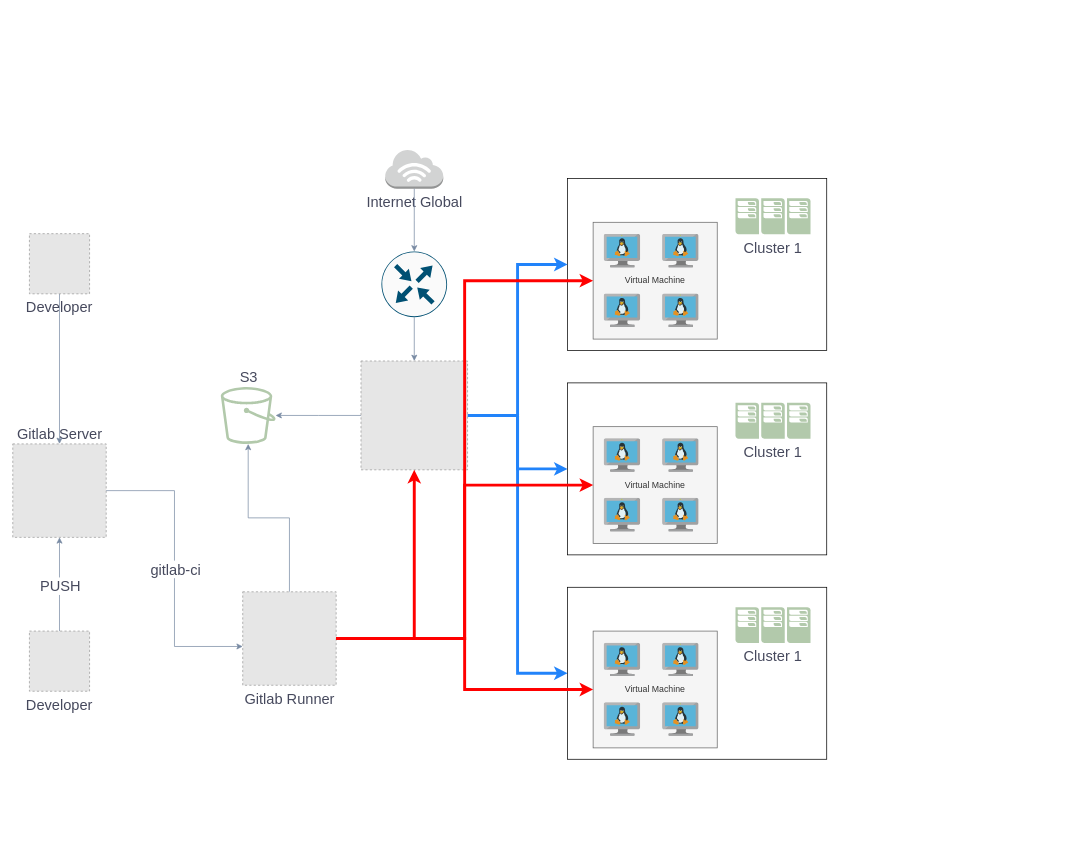
Above: nexus.drawio in sasha047/blacklist (draw.io), before the change. Source tidied: cells renumbered, new cells numbered last; positions are measured from the earlier drawing's top-left corner, leaving out a move shared by most shapes. Both pictures are drawn from the tidied source at 73%, with x=0, y=0 at pixel (12, 149). Pictures stored in the file or linked from it are replaced by grey dashed boxes.
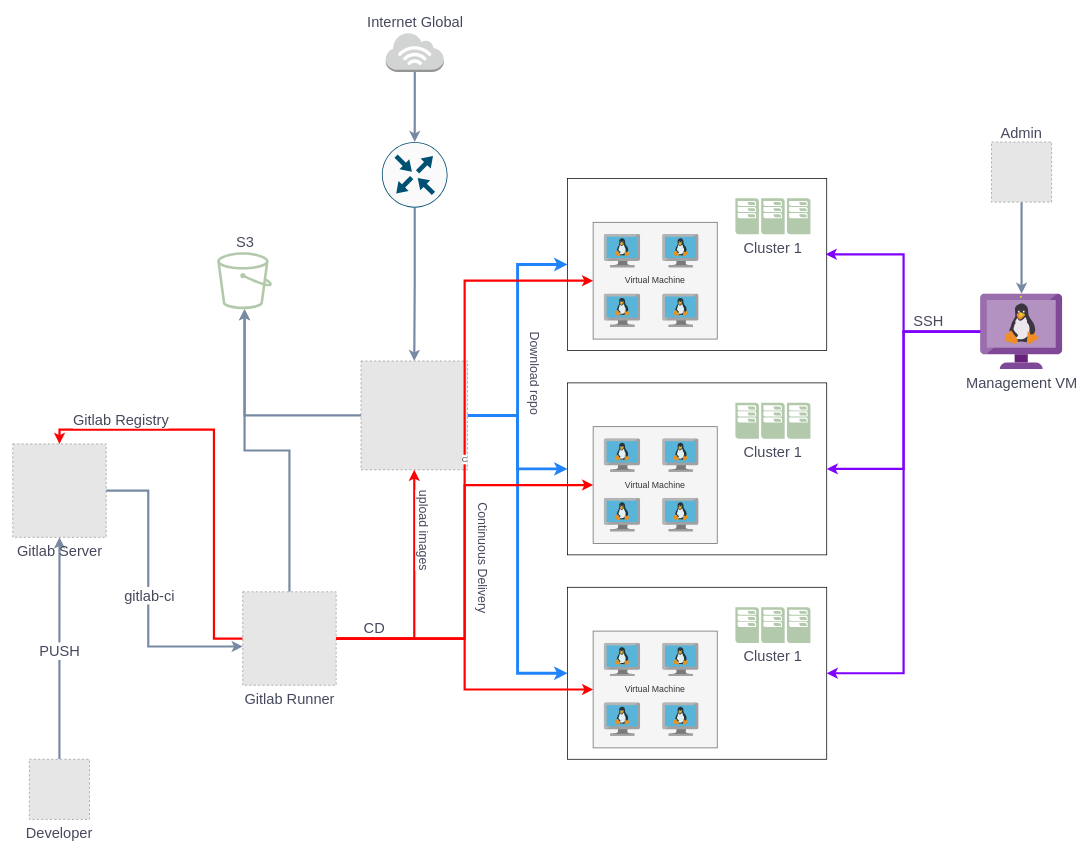
After the change.

The change refers to these unchanged cells:
```xml
<mxCell id="2" style="rounded=0;whiteSpace=wrap;html=1;" parent="1" vertex="1">
  <mxGeometry x="760" y="40" width="355" height="235.6" as="geometry" />
</mxCell>
<mxCell id="10" style="edgeStyle=orthogonalEdgeStyle;rounded=0;jettySize=auto;html=1;entryX=0;entryY=0.5;entryDx=0;entryDy=0;strokeColor=#2183fa;fontColor=#46495D;fillColor=#B2C9AB;strokeWidth=4;" parent="1" edge="1" source="13" target="2">
  <mxGeometry relative="1" as="geometry" />
</mxCell>
<mxCell id="13" style="fillColor=#E6E6E6;strokeColor=#999999;dashed=1;verticalLabelPosition=bottom;verticalAlign=top;labelBackgroundColor=none;fontColor=#46495D;" parent="1" vertex="1">
  <mxGeometry x="477" y="290" width="146" height="149.1" as="geometry" />
</mxCell>
<mxCell id="16" value="Gitlab Runner" style="fillColor=#E6E6E6;strokeColor=#999999;dashed=1;html=1;verticalAlign=top;verticalLabelPosition=bottom;labelBackgroundColor=none;fontSize=20;fontColor=#46495D;" parent="1" vertex="1">
  <mxGeometry x="315" y="606.2" width="128" height="128" as="geometry" />
</mxCell>
<mxCell id="20" value="Virtual Machine" style="rounded=0;whiteSpace=wrap;html=1;fillColor=#f5f5f5;fontColor=#333333;strokeColor=#666666;" parent="1" vertex="1">
  <mxGeometry x="795" y="100" width="170" height="160" as="geometry" />
</mxCell>
<mxCell id="28" style="rounded=0;whiteSpace=wrap;html=1;" parent="1" vertex="1">
  <mxGeometry x="760" y="320" width="355" height="235.6" as="geometry" />
</mxCell>
<mxCell id="30" value="Virtual Machine" style="rounded=0;whiteSpace=wrap;html=1;fillColor=#f5f5f5;fontColor=#333333;strokeColor=#666666;" parent="1" vertex="1">
  <mxGeometry x="795" y="380" width="170" height="160" as="geometry" />
</mxCell>
<mxCell id="35" style="rounded=0;whiteSpace=wrap;html=1;" parent="1" vertex="1">
  <mxGeometry x="760" y="600" width="355" height="235.6" as="geometry" />
</mxCell>
<mxCell id="37" value="Virtual Machine" style="rounded=0;whiteSpace=wrap;html=1;fillColor=#f5f5f5;fontColor=#333333;strokeColor=#666666;" parent="1" vertex="1">
  <mxGeometry x="795" y="660" width="170" height="160" as="geometry" />
</mxCell>
```

What changed in the source:
```diff
@@
-    <mxCell id="3" style="edgeStyle=orthogonalEdgeStyle;rounded=0;jettySize=auto;html=1;strokeColor=#788AA3;fontColor=#46495D;fillColor=#B2C9AB;" parent="1" edge="1" source="5" target="6">
+    <mxCell id="3" style="edgeStyle=orthogonalEdgeStyle;rounded=0;jettySize=auto;html=1;strokeColor=#788AA3;fontColor=#46495D;fillColor=#B2C9AB;strokeWidth=3;" parent="1" edge="1" source="5" target="6">
       <mxGeometry relative="1" as="geometry" />
     </mxCell>
@@
     <mxCell id="5" value="Developer" style="fillColor=#E6E6E6;strokeColor=#999999;dashed=1;verticalLabelPosition=bottom;verticalAlign=top;labelBackgroundColor=none;fontColor=#46495D;fontSize=20;" parent="1" vertex="1">
-      <mxGeometry x="22.8" y="660" width="82.4" height="82.4" as="geometry" />
+      <mxGeometry x="22.7" y="835.6" width="82.4" height="82.4" as="geometry" />
     </mxCell>
-    <mxCell id="6" value="Gitlab Server" style="fillColor=#E6E6E6;strokeColor=#999999;dashed=1;html=1;verticalAlign=bottom;verticalLabelPosition=top;labelBackgroundColor=none;fontSize=20;fontColor=#46495D;labelPosition=center;align=center;" parent="1" vertex="1">
+    <mxCell id="6" value="Gitlab Server" style="fillColor=#E6E6E6;strokeColor=#999999;dashed=1;html=1;verticalAlign=top;verticalLabelPosition=bottom;labelBackgroundColor=none;fontSize=20;fontColor=#46495D;labelPosition=center;align=center;" parent="1" vertex="1">
       <mxGeometry y="403.6" width="128" height="128" as="geometry" />
     </mxCell>
     <mxCell id="7" value="Cluster 1" style="shadow=0;dashed=0;html=1;strokeColor=none;fillColor=#B2C9AB;labelPosition=center;verticalLabelPosition=bottom;verticalAlign=top;align=center;shape=mxgraph.veeam.cluster;fontSize=20;labelBackgroundColor=none;fontColor=#46495D;" parent="1" vertex="1">
-      <mxGeometry x="990" y="67.2" width="102.8" height="49.2" as="geometry" />
+      <mxGeometry x="989.9" y="67.2" width="102.8" height="49.2" as="geometry" />
     </mxCell>
     <mxCell id="8" value="S3" style="sketch=0;outlineConnect=0;fontColor=#46495D;fillColor=#B2C9AB;strokeColor=none;dashed=0;verticalLabelPosition=top;verticalAlign=bottom;align=center;html=1;fontSize=20;fontStyle=0;shape=mxgraph.aws4.bucket;labelPosition=center;labelBackgroundColor=none;" parent="1" vertex="1">
-      <mxGeometry x="285" y="325.6" width="75" height="78" as="geometry" />
+      <mxGeometry x="280" y="141" width="75" height="78" as="geometry" />
     </mxCell>
-    <mxCell id="9" style="edgeStyle=orthogonalEdgeStyle;rounded=0;jettySize=auto;html=1;labelBackgroundColor=none;strokeColor=#788AA3;fontColor=default;" parent="1" edge="1" source="13" target="8">
-      <mxGeometry relative="1" as="geometry" />
-    </mxCell>
@@
+    <mxCell id="47" value="Download repo" style="edgeLabel;html=1;align=left;verticalAlign=top;strokeColor=#788AA3;fontColor=#46495D;fillColor=#B2C9AB;textDirection=vertical-lr;labelPosition=right;verticalLabelPosition=bottom;fontSize=17;" parent="10" vertex="1">
+      <mxGeometry x="-0.25" y="3" relative="1" as="geometry">
+        <mxPoint x="12" y="-61" as="offset" />
+      </mxGeometry>
+    </mxCell>
@@
+    <mxCell id="9" style="edgeStyle=orthogonalEdgeStyle;rounded=0;jettySize=auto;html=1;strokeColor=#788AA3;fontColor=#46495D;fillColor=#B2C9AB;strokeWidth=3;" parent="1" edge="1" source="13" target="8">
+      <mxGeometry relative="1" as="geometry" />
+    </mxCell>
@@
-    <mxCell id="14" style="edgeStyle=orthogonalEdgeStyle;rounded=0;jettySize=auto;html=1;labelBackgroundColor=none;strokeColor=#FF0000;fontColor=default;strokeWidth=4;" parent="1" edge="1" source="16" target="13">
+    <mxCell id="14" style="edgeStyle=orthogonalEdgeStyle;rounded=0;jettySize=auto;html=1;labelBackgroundColor=none;strokeColor=#FF0000;fontColor=default;strokeWidth=3;" parent="1" edge="1" source="16" target="13">
       <mxGeometry relative="1" as="geometry" />
     </mxCell>
+    <mxCell id="48" value="upload images" style="edgeLabel;html=1;align=left;verticalAlign=bottom;strokeColor=#788AA3;fontColor=#46495D;fillColor=#B2C9AB;fontSize=17;labelPosition=right;verticalLabelPosition=top;textDirection=vertical-lr;" parent="14" vertex="1">
+      <mxGeometry x="0.56" y="1" relative="1" as="geometry">
+        <mxPoint x="1" y="67" as="offset" />
+      </mxGeometry>
+    </mxCell>
-    <mxCell id="15" style="edgeStyle=orthogonalEdgeStyle;rounded=0;jettySize=auto;html=1;labelBackgroundColor=none;strokeColor=#788AA3;fontColor=default;" parent="1" edge="1" source="16" target="8">
+    <mxCell id="15" style="edgeStyle=orthogonalEdgeStyle;rounded=0;jettySize=auto;html=1;labelBackgroundColor=none;strokeColor=#788AA3;fontColor=default;strokeWidth=3;" parent="1" edge="1" source="16" target="8">
       <mxGeometry relative="1" as="geometry" />
     </mxCell>
+    <mxCell id="49" style="edgeStyle=orthogonalEdgeStyle;rounded=0;jettySize=auto;html=1;entryX=0.5;entryY=0;entryDx=0;entryDy=0;strokeColor=#FF0000;fontColor=#46495D;fillColor=#B2C9AB;strokeWidth=3;" parent="1" edge="1" source="16" target="6">
+      <mxGeometry relative="1" as="geometry">
+        <Array as="points">
+          <mxPoint x="275.6" y="670" />
+          <mxPoint x="275.6" y="384" />
+          <mxPoint x="63.6" y="384" />
+        </Array>
+      </mxGeometry>
+    </mxCell>
+    <mxCell id="50" value="Gitlab Registry" style="edgeLabel;html=1;align=center;verticalAlign=bottom;strokeColor=#788AA3;fontColor=#46495D;fillColor=#B2C9AB;fontSize=20;labelPosition=center;verticalLabelPosition=top;" parent="49" vertex="1">
+      <mxGeometry x="0.63" relative="1" as="geometry" />
+    </mxCell>
@@
-    <mxCell id="17" value="Internet Global" style="outlineConnect=0;dashed=0;verticalLabelPosition=bottom;verticalAlign=top;align=center;html=1;shape=mxgraph.aws3.internet_3;fillColor=#D2D3D3;gradientColor=none;strokeColor=#788AA3;fontColor=#46495D;fontSize=20;" parent="1" vertex="1">
-      <mxGeometry x="510.2" width="79.5" height="54" as="geometry" />
+    <mxCell id="17" value="Internet Global" style="outlineConnect=0;dashed=0;verticalLabelPosition=top;verticalAlign=bottom;align=center;html=1;shape=mxgraph.aws3.internet_3;fillColor=#D2D3D3;gradientColor=none;strokeColor=#788AA3;fontColor=#46495D;fontSize=20;labelPosition=center;" parent="1" vertex="1">
+      <mxGeometry x="510.9" y="-160" width="79.5" height="54" as="geometry" />
     </mxCell>
-    <mxCell id="18" style="edgeStyle=orthogonalEdgeStyle;rounded=0;jettySize=auto;html=1;entryX=0.5;entryY=0;entryDx=0;entryDy=0;strokeColor=#788AA3;fontColor=#46495D;fillColor=#B2C9AB;" parent="1" edge="1" source="19" target="13">
+    <mxCell id="18" style="edgeStyle=orthogonalEdgeStyle;rounded=0;jettySize=auto;html=1;entryX=0.5;entryY=0;entryDx=0;entryDy=0;strokeColor=#788AA3;fontColor=#46495D;fillColor=#B2C9AB;strokeWidth=3;" parent="1" edge="1" source="19" target="13">
       <mxGeometry relative="1" as="geometry" />
     </mxCell>
     <mxCell id="19" style="sketch=0;points=[[0.5,0,0],[1,0.5,0],[0.5,1,0],[0,0.5,0],[0.145,0.145,0],[0.8555,0.145,0],[0.855,0.8555,0],[0.145,0.855,0]];verticalLabelPosition=bottom;html=1;verticalAlign=top;align=center;shape=mxgraph.cisco19.rect;prIcon=router;fillColor=#FAFAFA;strokeColor=#005073;fontColor=#46495D;" parent="1" vertex="1">
-      <mxGeometry x="505" y="140" width="90" height="90" as="geometry" />
+      <mxGeometry x="505.6" y="-10" width="90" height="90" as="geometry" />
     </mxCell>
@@
-    <mxCell id="21" style="edgeStyle=orthogonalEdgeStyle;rounded=0;jettySize=auto;html=1;entryX=0.5;entryY=0;entryDx=0;entryDy=0;entryPerimeter=0;strokeColor=#788AA3;fontColor=#46495D;fillColor=#B2C9AB;" parent="1" edge="1" source="17" target="19">
+    <mxCell id="21" style="edgeStyle=orthogonalEdgeStyle;rounded=0;jettySize=auto;html=1;entryX=0.5;entryY=0;entryDx=0;entryDy=0;entryPerimeter=0;strokeColor=#788AA3;fontColor=#46495D;fillColor=#B2C9AB;strokeWidth=3;" parent="1" edge="1" source="17" target="19">
       <mxGeometry relative="1" as="geometry" />
     </mxCell>
-    <mxCell id="22" style="edgeStyle=orthogonalEdgeStyle;rounded=0;jettySize=auto;html=1;entryX=0;entryY=0.585;entryDx=0;entryDy=0;entryPerimeter=0;strokeColor=#788AA3;fontColor=#46495D;fillColor=#B2C9AB;" parent="1" edge="1" source="6" target="16">
-      <mxGeometry relative="1" as="geometry" />
+    <mxCell id="22" style="edgeStyle=orthogonalEdgeStyle;rounded=0;jettySize=auto;html=1;entryX=0;entryY=0.585;entryDx=0;entryDy=0;entryPerimeter=0;strokeColor=#788AA3;fontColor=#46495D;fillColor=#B2C9AB;strokeWidth=3;" parent="1" edge="1" source="6" target="16">
+      <mxGeometry relative="1" as="geometry">
+        <Array as="points">
+          <mxPoint x="185.6" y="468" />
+          <mxPoint x="185.6" y="681" />
+        </Array>
+      </mxGeometry>
     </mxCell>
@@
     <mxCell id="29" value="Cluster 1" style="shadow=0;dashed=0;html=1;strokeColor=none;fillColor=#B2C9AB;labelPosition=center;verticalLabelPosition=bottom;verticalAlign=top;align=center;shape=mxgraph.veeam.cluster;fontSize=20;labelBackgroundColor=none;fontColor=#46495D;" parent="1" vertex="1">
-      <mxGeometry x="990" y="347.2" width="102.8" height="49.2" as="geometry" />
+      <mxGeometry x="989.9" y="347.2" width="102.8" height="49.2" as="geometry" />
     </mxCell>
@@
     <mxCell id="36" value="Cluster 1" style="shadow=0;dashed=0;html=1;strokeColor=none;fillColor=#B2C9AB;labelPosition=center;verticalLabelPosition=bottom;verticalAlign=top;align=center;shape=mxgraph.veeam.cluster;fontSize=20;labelBackgroundColor=none;fontColor=#46495D;" parent="1" vertex="1">
-      <mxGeometry x="990" y="627.2" width="102.8" height="49.2" as="geometry" />
+      <mxGeometry x="989.9" y="627.2" width="102.8" height="49.2" as="geometry" />
     </mxCell>
@@
-    <mxCell id="42" style="edgeStyle=orthogonalEdgeStyle;rounded=0;jettySize=auto;html=1;entryX=0;entryY=0.5;entryDx=0;entryDy=0;strokeColor=#FF0000;fontColor=#46495D;fillColor=#B2C9AB;strokeWidth=4;" parent="1" edge="1" source="16" target="37">
+    <mxCell id="42" style="edgeStyle=orthogonalEdgeStyle;rounded=0;jettySize=auto;html=1;entryX=0;entryY=0.5;entryDx=0;entryDy=0;strokeColor=#FF0000;fontColor=#46495D;fillColor=#B2C9AB;strokeWidth=3;" parent="1" edge="1" source="16" target="37">
       <mxGeometry relative="1" as="geometry" />
     </mxCell>
-    <mxCell id="43" style="edgeStyle=orthogonalEdgeStyle;rounded=0;jettySize=auto;html=1;entryX=0;entryY=0.5;entryDx=0;entryDy=0;strokeColor=#FF0000;fontColor=#46495D;fillColor=#B2C9AB;strokeWidth=4;" parent="1" edge="1" source="16" target="30">
+    <mxCell id="43" style="edgeStyle=orthogonalEdgeStyle;rounded=0;jettySize=auto;html=1;entryX=0;entryY=0.5;entryDx=0;entryDy=0;strokeColor=#FF0000;fontColor=#46495D;fillColor=#B2C9AB;strokeWidth=3;" parent="1" edge="1" source="16" target="30">
       <mxGeometry relative="1" as="geometry" />
     </mxCell>
-    <mxCell id="44" style="edgeStyle=orthogonalEdgeStyle;rounded=0;jettySize=auto;html=1;entryX=0;entryY=0.5;entryDx=0;entryDy=0;strokeColor=#FF0000;fontColor=#46495D;fillColor=#B2C9AB;strokeWidth=4;" parent="1" edge="1" source="16" target="20">
+    <mxCell id="44" value="C" style="edgeStyle=orthogonalEdgeStyle;rounded=0;jettySize=auto;html=1;entryX=0;entryY=0.5;entryDx=0;entryDy=0;strokeColor=#FF0000;fontColor=#46495D;fillColor=#B2C9AB;strokeWidth=3;" parent="1" edge="1" source="16" target="20">
       <mxGeometry relative="1" as="geometry" />
     </mxCell>
-    <mxCell id="45" style="edgeStyle=orthogonalEdgeStyle;rounded=0;jettySize=auto;html=1;strokeColor=#788AA3;fontColor=#46495D;fillColor=#B2C9AB;" parent="1" edge="1" source="46" target="6">
-      <mxGeometry relative="1" as="geometry" />
-    </mxCell>
+    <mxCell id="51" value="CD" style="edgeLabel;html=1;align=center;verticalAlign=bottom;strokeColor=#788AA3;fontColor=#46495D;fillColor=#B2C9AB;fontSize=20;labelPosition=center;verticalLabelPosition=top;" parent="44" vertex="1">
+      <mxGeometry x="-0.88" y="1" relative="1" as="geometry" />
+    </mxCell>
+    <mxCell id="52" value="Continuous Delivery" style="edgeLabel;html=1;align=left;verticalAlign=bottom;strokeColor=#788AA3;fontColor=#46495D;fillColor=#B2C9AB;labelPosition=right;verticalLabelPosition=top;textDirection=vertical-lr;fontSize=17;" parent="44" vertex="1">
+      <mxGeometry x="-0.36" y="1" relative="1" as="geometry">
+        <mxPoint x="12" y="62" as="offset" />
+      </mxGeometry>
+    </mxCell>
+    <mxCell id="53" style="edgeStyle=orthogonalEdgeStyle;rounded=0;jettySize=auto;html=1;strokeColor=#788AA3;fontColor=#46495D;fillColor=#B2C9AB;strokeWidth=3;" parent="1" edge="1" source="46" target="56">
+      <mxGeometry relative="1" as="geometry" />
+    </mxCell>
-    <mxCell id="46" value="Developer" style="fillColor=#E6E6E6;strokeColor=#999999;dashed=1;verticalLabelPosition=bottom;verticalAlign=top;labelBackgroundColor=none;fontColor=#46495D;fontSize=20;" parent="1" vertex="1">
-      <mxGeometry x="22.8" y="115.6" width="82.4" height="82.4" as="geometry" />
+    <mxCell id="46" value="Admin" style="fillColor=#E6E6E6;strokeColor=#999999;dashed=1;verticalLabelPosition=top;verticalAlign=bottom;labelBackgroundColor=none;fontColor=#46495D;fontSize=20;labelPosition=center;align=center;" parent="1" vertex="1">
+      <mxGeometry x="1340.7" y="-10" width="82.4" height="82.4" as="geometry" />
     </mxCell>
+    <mxCell id="54" style="edgeStyle=orthogonalEdgeStyle;rounded=0;jettySize=auto;html=1;entryX=1;entryY=0.5;entryDx=0;entryDy=0;strokeColor=#7F00FF;fontColor=#46495D;fillColor=#B2C9AB;strokeWidth=3;" parent="1" edge="1" source="56" target="28">
+      <mxGeometry relative="1" as="geometry" />
+    </mxCell>
+    <mxCell id="55" style="edgeStyle=orthogonalEdgeStyle;rounded=0;jettySize=auto;html=1;entryX=1;entryY=0.5;entryDx=0;entryDy=0;strokeColor=#7F00FF;fontColor=#46495D;fillColor=#B2C9AB;strokeWidth=3;" parent="1" edge="1" source="56" target="35">
+      <mxGeometry relative="1" as="geometry" />
+    </mxCell>
+    <mxCell id="56" value="Management VM" style="image;sketch=0;html=1;points=[];align=center;fontSize=20;image=img/lib/mscae/VM_Linux_Non_Azure.svg;strokeColor=#788AA3;fontColor=#46495D;fillColor=#B2C9AB;" parent="1" vertex="1">
+      <mxGeometry x="1325.6" y="198" width="112.6" height="103.6" as="geometry" />
+    </mxCell>
+    <mxCell id="57" style="edgeStyle=orthogonalEdgeStyle;rounded=0;jettySize=auto;html=1;entryX=0.996;entryY=0.441;entryDx=0;entryDy=0;entryPerimeter=0;strokeColor=#7F00FF;fontColor=#46495D;fillColor=#B2C9AB;strokeWidth=3;fontSize=19;" parent="1" edge="1" source="56" target="2">
+      <mxGeometry relative="1" as="geometry" />
+    </mxCell>
+    <mxCell id="58" value="SSH" style="edgeLabel;html=1;align=center;verticalAlign=bottom;strokeColor=#788AA3;fontColor=#46495D;fillColor=#B2C9AB;fontSize=20;labelPosition=center;verticalLabelPosition=top;" parent="57" vertex="1">
+      <mxGeometry x="-0.55" y="-1" relative="1" as="geometry" />
+    </mxCell>
```
